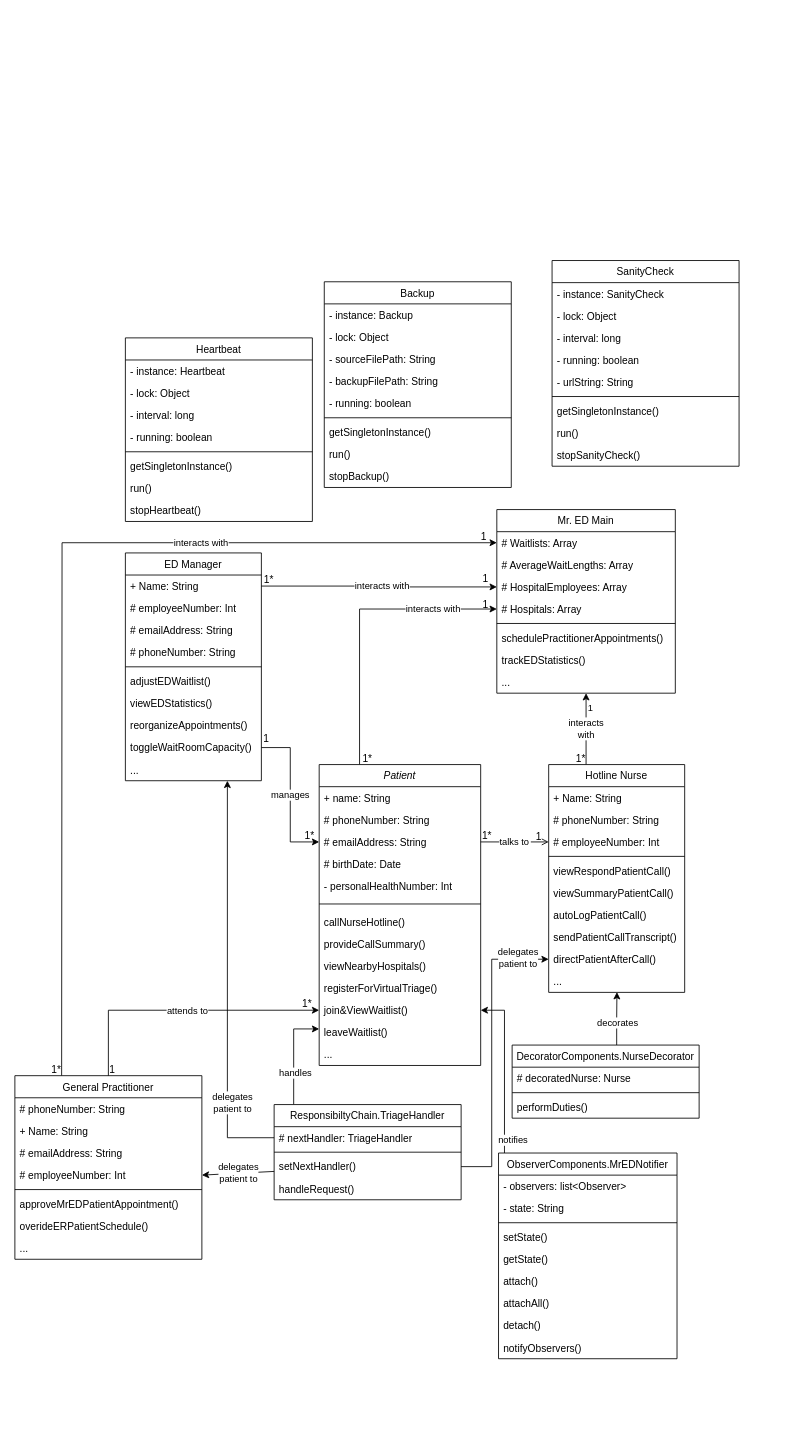
Before: AmirWork/M2/Mister_ED_ClassDiagram.drawio in SENG-350-2024-fall/Team9, a draw.io diagram. Source tidied: cells renumbered, new cells numbered last; positions are measured from the earlier drawing's top-left corner, leaving out a move shared by most shapes. Both pictures are drawn from the tidied source at 85%, with x=0, y=0 at pixel (14, 260).
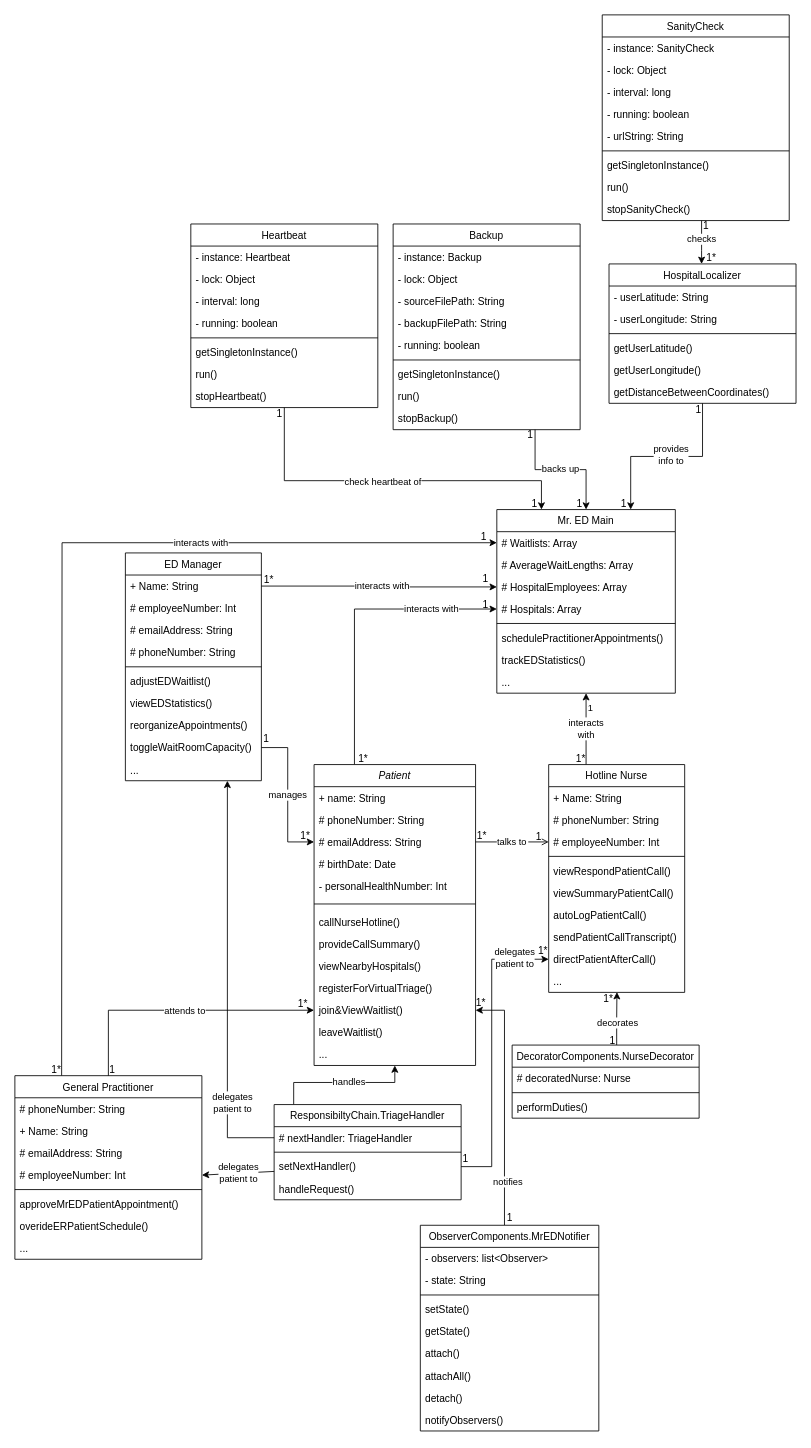
The same page after the edit.

Unchanged cells that the change refers to:
```xml
<mxCell id="56" value="ResponsibiltyChain.TriageHandler" style="swimlane;fontStyle=0;align=center;verticalAlign=top;horizontal=1;startSize=26;rounded=0;shadow=0;strokeWidth=1;" parent="1" vertex="1">
  <mxGeometry x="305" y="993" width="220" height="112" as="geometry" />
</mxCell>
<mxCell id="74" style="edgeStyle=orthogonalEdgeStyle;rounded=0;jettySize=auto;html=1;entryX=0;entryY=0.5;entryDx=0;entryDy=0;" parent="1" edge="1" source="59" target="43">
  <mxGeometry relative="1" as="geometry">
    <Array as="points">
      <mxPoint x="561" y="1066" />
      <mxPoint x="561" y="822" />
    </Array>
  </mxGeometry>
</mxCell>
<mxCell id="82" style="edgeStyle=orthogonalEdgeStyle;rounded=0;jettySize=auto;html=1;entryX=1;entryY=0.5;entryDx=0;entryDy=0;" parent="1" edge="1" source="84" target="17">
  <mxGeometry relative="1" as="geometry">
    <Array as="points">
      <mxPoint x="576" y="882" />
    </Array>
  </mxGeometry>
</mxCell>
<mxCell id="101" value="Mr. ED Main" style="swimlane;fontStyle=0;align=center;verticalAlign=top;horizontal=1;startSize=26;rounded=0;shadow=0;strokeWidth=1;" parent="100" vertex="1">
  <mxGeometry x="45" width="210" height="216" as="geometry" />
</mxCell>
```

Diff of the diagram source:
```diff
@@
-    <mxCell id="6" value="Patient" style="swimlane;fontStyle=2;align=center;verticalAlign=top;horizontal=1;startSize=26;rounded=0;shadow=0;strokeWidth=1;" parent="1" vertex="1">
-      <mxGeometry x="358" y="593" width="190" height="354" as="geometry" />
-    </mxCell>
-    <mxCell id="7" value="+ name: String" style="text;align=left;verticalAlign=top;spacingLeft=4;spacingRight=4;overflow=hidden;" parent="6" vertex="1">
-      <mxGeometry y="26" width="190" height="26" as="geometry" />
-    </mxCell>
-    <mxCell id="8" value="# phoneNumber: String" style="text;align=left;verticalAlign=top;spacingLeft=4;spacingRight=4;overflow=hidden;rounded=0;shadow=0;html=0;" parent="6" vertex="1">
-      <mxGeometry y="52" width="190" height="26" as="geometry" />
-    </mxCell>
-    <mxCell id="9" value="# emailAddress: String" style="text;align=left;verticalAlign=top;spacingLeft=4;spacingRight=4;overflow=hidden;points=[[0,0.5],[1,0.5]];portConstraint=eastwest;rounded=0;shadow=0;html=0;" parent="6" vertex="1">
-      <mxGeometry y="78" width="190" height="26" as="geometry" />
-    </mxCell>
-    <mxCell id="10" value="# birthDate: Date" style="text;align=left;verticalAlign=top;spacingLeft=4;spacingRight=4;overflow=hidden;" parent="6" vertex="1">
-      <mxGeometry y="104" width="190" height="26" as="geometry" />
-    </mxCell>
-    <mxCell id="11" value="- personalHealthNumber: Int" style="text;align=left;verticalAlign=top;spacingLeft=4;spacingRight=4;overflow=hidden;" parent="6" vertex="1">
-      <mxGeometry y="130" width="190" height="26" as="geometry" />
-    </mxCell>
-    <mxCell id="12" style="line;html=1;strokeWidth=1;align=left;verticalAlign=middle;spacingTop=-1;spacingLeft=3;spacingRight=3;labelPosition=right;" parent="6" vertex="1">
-      <mxGeometry y="156" width="190" height="16" as="geometry" />
-    </mxCell>
-    <mxCell id="13" value="callNurseHotline()" style="text;align=left;verticalAlign=top;spacingLeft=4;spacingRight=4;overflow=hidden;" parent="6" vertex="1">
-      <mxGeometry y="172" width="190" height="26" as="geometry" />
-    </mxCell>
-    <mxCell id="14" value="provideCallSummary()&#10;" style="text;align=left;verticalAlign=top;spacingLeft=4;spacingRight=4;overflow=hidden;" parent="6" vertex="1">
-      <mxGeometry y="198" width="190" height="26" as="geometry" />
-    </mxCell>
-    <mxCell id="15" value="viewNearbyHospitals()&#10;" style="text;align=left;verticalAlign=top;spacingLeft=4;spacingRight=4;overflow=hidden;" parent="6" vertex="1">
-      <mxGeometry y="224" width="190" height="26" as="geometry" />
-    </mxCell>
-    <mxCell id="16" value="registerForVirtualTriage()&#10;" style="text;align=left;verticalAlign=top;spacingLeft=4;spacingRight=4;overflow=hidden;" parent="6" vertex="1">
-      <mxGeometry y="250" width="190" height="26" as="geometry" />
-    </mxCell>
-    <mxCell id="17" value="join&amp;ViewWaitlist()&#10;" style="text;align=left;verticalAlign=top;spacingLeft=4;spacingRight=4;overflow=hidden;points=[[0,0.5],[1,0.5]];portConstraint=eastwest;" parent="6" vertex="1">
-      <mxGeometry y="276" width="190" height="26" as="geometry" />
-    </mxCell>
-    <mxCell id="18" value="leaveWaitlist()&#10;" style="text;align=left;verticalAlign=top;spacingLeft=4;spacingRight=4;overflow=hidden;points=[[0,0.5],[1,0.5]];portConstraint=eastwest;" parent="6" vertex="1">
-      <mxGeometry y="302" width="190" height="26" as="geometry" />
-    </mxCell>
-    <mxCell id="19" value="..." style="text;align=left;verticalAlign=top;spacingLeft=4;spacingRight=4;overflow=hidden;" parent="6" vertex="1">
-      <mxGeometry y="328" width="190" height="26" as="geometry" />
-    </mxCell>
@@
-    <mxCell id="46" value="1*" style="text;strokeColor=none;align=center;fillColor=none;html=1;verticalAlign=middle;whiteSpace=wrap;rounded=0;" parent="1" vertex="1">
-      <mxGeometry x="314" y="860" width="60" height="30" as="geometry" />
-    </mxCell>
-    <mxCell id="47" value="1*" style="text;strokeColor=none;align=center;fillColor=none;html=1;verticalAlign=middle;whiteSpace=wrap;rounded=0;" parent="1" vertex="1">
-      <mxGeometry x="385" y="571" width="60" height="30" as="geometry" />
-    </mxCell>
@@
-    <mxCell id="51" value="1*" style="text;strokeColor=none;align=center;fillColor=none;html=1;verticalAlign=middle;whiteSpace=wrap;rounded=0;" parent="1" vertex="1">
-      <mxGeometry x="317" y="662" width="60" height="30" as="geometry" />
-    </mxCell>
@@
-    <mxCell id="54" style="edgeStyle=orthogonalEdgeStyle;rounded=0;jettySize=auto;html=1;" parent="1" edge="1" source="56" target="18">
+    <mxCell id="54" style="edgeStyle=orthogonalEdgeStyle;rounded=0;jettySize=auto;html=1;entryX=0.5;entryY=1;entryDx=0;entryDy=0;" parent="1" edge="1" source="56" target="6">
       <mxGeometry relative="1" as="geometry">
         <Array as="points">
-          <mxPoint x="328" y="904" />
+          <mxPoint x="328" y="967" />
+          <mxPoint x="447" y="967" />
         </Array>
       </mxGeometry>
     </mxCell>
     <mxCell id="55" value="handles" style="edgeLabel;html=1;align=center;verticalAlign=middle;" parent="54" vertex="1">
       <mxGeometry x="-0.35" y="2" relative="1" as="geometry">
-        <mxPoint x="3" y="1" as="offset" />
+        <mxPoint x="36" y="1" as="offset" />
       </mxGeometry>
     </mxCell>
@@
     <mxCell id="75" value="delegates&lt;div&gt;patient to&lt;/div&gt;" style="edgeLabel;html=1;align=center;verticalAlign=middle;" parent="74" vertex="1">
       <mxGeometry x="-0.15" y="2" relative="1" as="geometry">
-        <mxPoint x="32" y="-135" as="offset" />
+        <mxPoint x="28" y="-135" as="offset" />
       </mxGeometry>
     </mxCell>
@@
     <mxCell id="83" value="notifies" style="edgeLabel;html=1;align=center;verticalAlign=middle;" parent="82" vertex="1">
       <mxGeometry x="0.06" relative="1" as="geometry">
-        <mxPoint x="9" y="88" as="offset" />
+        <mxPoint x="3" y="100" as="offset" />
       </mxGeometry>
     </mxCell>
     <mxCell id="84" value="ObserverComponents.MrEDNotifier" style="swimlane;fontStyle=0;align=center;verticalAlign=top;horizontal=1;startSize=26;rounded=0;shadow=0;strokeWidth=1;" parent="1" vertex="1">
-      <mxGeometry x="569" y="1050" width="210" height="242" as="geometry" />
+      <mxGeometry x="477" y="1135" width="210" height="242" as="geometry" />
     </mxCell>
@@
+    <mxCell id="144" style="edgeStyle=orthogonalEdgeStyle;rounded=0;jettySize=auto;html=1;entryX=0.25;entryY=0;entryDx=0;entryDy=0;" parent="1" edge="1" source="115" target="101">
+      <mxGeometry relative="1" as="geometry">
+        <Array as="points">
+          <mxPoint x="317" y="259" />
+          <mxPoint x="620" y="259" />
+        </Array>
+      </mxGeometry>
+    </mxCell>
+    <mxCell id="145" value="check heartbeat of" style="edgeLabel;html=1;align=center;verticalAlign=middle;" parent="144" vertex="1">
+      <mxGeometry x="-0.05" relative="1" as="geometry" />
+    </mxCell>
     <mxCell id="115" value="Heartbeat" style="swimlane;fontStyle=0;align=center;verticalAlign=top;horizontal=1;startSize=26;rounded=0;shadow=0;strokeWidth=1;" parent="1" vertex="1">
-      <mxGeometry x="130" y="91" width="220" height="216" as="geometry" />
+      <mxGeometry x="207" y="-43" width="220" height="216" as="geometry" />
     </mxCell>
@@
+    <mxCell id="146" style="edgeStyle=orthogonalEdgeStyle;rounded=0;jettySize=auto;html=1;" parent="1" edge="1" source="124" target="101">
+      <mxGeometry relative="1" as="geometry">
+        <Array as="points">
+          <mxPoint x="612" y="246" />
+          <mxPoint x="672" y="246" />
+        </Array>
+      </mxGeometry>
+    </mxCell>
+    <mxCell id="147" value="backs up" style="edgeLabel;html=1;align=center;verticalAlign=middle;" parent="146" vertex="1">
+      <mxGeometry x="0.11" y="2" relative="1" as="geometry">
+        <mxPoint x="-9" as="offset" />
+      </mxGeometry>
+    </mxCell>
     <mxCell id="124" value="Backup" style="swimlane;fontStyle=0;align=center;verticalAlign=top;horizontal=1;startSize=26;rounded=0;shadow=0;strokeWidth=1;" parent="1" vertex="1">
-      <mxGeometry x="364" y="25" width="220" height="242" as="geometry" />
+      <mxGeometry x="445" y="-43" width="220" height="242" as="geometry" />
     </mxCell>
@@
+    <mxCell id="148" style="edgeStyle=orthogonalEdgeStyle;rounded=0;jettySize=auto;html=1;entryX=0.495;entryY=0;entryDx=0;entryDy=0;entryPerimeter=0;" parent="1" edge="1" source="134" target="152">
+      <mxGeometry relative="1" as="geometry">
+        <Array as="points">
+          <mxPoint x="808" y="-12" />
+        </Array>
+      </mxGeometry>
+    </mxCell>
+    <mxCell id="149" value="checks" style="edgeLabel;html=1;align=center;verticalAlign=middle;" parent="148" vertex="1">
+      <mxGeometry x="-0.21" relative="1" as="geometry">
+        <mxPoint y="1" as="offset" />
+      </mxGeometry>
+    </mxCell>
     <mxCell id="134" value="SanityCheck" style="swimlane;fontStyle=0;align=center;verticalAlign=top;horizontal=1;startSize=26;rounded=0;shadow=0;strokeWidth=1;" parent="1" vertex="1">
-      <mxGeometry x="632" width="220" height="242" as="geometry" />
+      <mxGeometry x="691" y="-289" width="220" height="242" as="geometry" />
     </mxCell>
@@
+    <mxCell id="150" style="edgeStyle=orthogonalEdgeStyle;rounded=0;jettySize=auto;html=1;entryX=0.75;entryY=0;entryDx=0;entryDy=0;" parent="1" edge="1" source="152" target="101">
+      <mxGeometry relative="1" as="geometry" />
+    </mxCell>
+    <mxCell id="151" value="provides&lt;div&gt;info to&lt;/div&gt;" style="edgeLabel;html=1;align=center;verticalAlign=middle;" parent="150" vertex="1">
+      <mxGeometry x="-0.16" y="-2" relative="1" as="geometry">
+        <mxPoint x="-12" as="offset" />
+      </mxGeometry>
+    </mxCell>
+    <mxCell id="152" value="HospitalLocalizer" style="swimlane;fontStyle=0;align=center;verticalAlign=top;horizontal=1;startSize=26;rounded=0;shadow=0;strokeWidth=1;" parent="1" vertex="1">
+      <mxGeometry x="699" y="4" width="220" height="164" as="geometry" />
+    </mxCell>
+    <mxCell id="153" value="- userLatitude: String" style="text;align=left;verticalAlign=top;spacingLeft=4;spacingRight=4;overflow=hidden;rounded=0;shadow=0;html=0;" parent="152" vertex="1">
+      <mxGeometry y="26" width="220" height="26" as="geometry" />
+    </mxCell>
+    <mxCell id="154" value="- userLongitude: String" style="text;align=left;verticalAlign=top;spacingLeft=4;spacingRight=4;overflow=hidden;rounded=0;shadow=0;html=0;" parent="152" vertex="1">
+      <mxGeometry y="52" width="220" height="26" as="geometry" />
+    </mxCell>
+    <mxCell id="155" style="line;html=1;strokeWidth=1;align=left;verticalAlign=middle;spacingTop=-1;spacingLeft=3;spacingRight=3;labelPosition=right;" parent="152" vertex="1">
+      <mxGeometry y="78" width="220" height="8" as="geometry" />
+    </mxCell>
+    <mxCell id="156" value="getUserLatitude()" style="text;align=left;verticalAlign=top;spacingLeft=4;spacingRight=4;overflow=hidden;" parent="152" vertex="1">
+      <mxGeometry y="86" width="220" height="26" as="geometry" />
+    </mxCell>
+    <mxCell id="157" value="getUserLongitude()" style="text;align=left;verticalAlign=top;spacingLeft=4;spacingRight=4;overflow=hidden;" parent="152" vertex="1">
+      <mxGeometry y="112" width="220" height="26" as="geometry" />
+    </mxCell>
+    <mxCell id="158" value="getDistanceBetweenCoordinates()" style="text;align=left;verticalAlign=top;spacingLeft=4;spacingRight=4;overflow=hidden;" parent="152" vertex="1">
+      <mxGeometry y="138" width="220" height="26" as="geometry" />
+    </mxCell>
+    <mxCell id="159" value="1" style="text;html=1;align=center;verticalAlign=middle;strokeColor=none;fillColor=none;" parent="1" vertex="1">
+      <mxGeometry x="298" y="167" width="25" height="26" as="geometry" />
+    </mxCell>
+    <mxCell id="160" value="1" style="text;html=1;align=center;verticalAlign=middle;strokeColor=none;fillColor=none;" parent="1" vertex="1">
+      <mxGeometry x="593" y="192" width="25" height="26" as="geometry" />
+    </mxCell>
+    <mxCell id="161" value="1" style="text;html=1;align=center;verticalAlign=middle;strokeColor=none;fillColor=none;" parent="1" vertex="1">
+      <mxGeometry x="791" y="163" width="25" height="26" as="geometry" />
+    </mxCell>
+    <mxCell id="162" value="1" style="text;html=1;align=center;verticalAlign=middle;strokeColor=none;fillColor=none;" parent="1" vertex="1">
+      <mxGeometry x="800" y="-54" width="25" height="26" as="geometry" />
+    </mxCell>
+    <mxCell id="163" value="1*" style="text;html=1;align=center;verticalAlign=middle;strokeColor=none;fillColor=none;" parent="1" vertex="1">
+      <mxGeometry x="804" y="-16" width="29" height="26" as="geometry" />
+    </mxCell>
+    <mxCell id="164" value="1" style="text;html=1;align=center;verticalAlign=middle;strokeColor=none;fillColor=none;" parent="1" vertex="1">
+      <mxGeometry x="598" y="274" width="25" height="26" as="geometry" />
+    </mxCell>
+    <mxCell id="165" value="1" style="text;html=1;align=center;verticalAlign=middle;strokeColor=none;fillColor=none;" parent="1" vertex="1">
+      <mxGeometry x="651" y="274" width="25" height="26" as="geometry" />
+    </mxCell>
+    <mxCell id="166" value="1" style="text;html=1;align=center;verticalAlign=middle;strokeColor=none;fillColor=none;" parent="1" vertex="1">
+      <mxGeometry x="703" y="274" width="25" height="26" as="geometry" />
+    </mxCell>
+    <mxCell id="167" value="1" style="text;html=1;align=center;verticalAlign=middle;strokeColor=none;fillColor=none;" parent="1" vertex="1">
+      <mxGeometry x="569.5" y="1113" width="25" height="26" as="geometry" />
+    </mxCell>
+    <mxCell id="168" value="1" style="text;html=1;align=center;verticalAlign=middle;strokeColor=none;fillColor=none;" parent="1" vertex="1">
+      <mxGeometry x="690" y="905" width="25" height="26" as="geometry" />
+    </mxCell>
+    <mxCell id="169" value="1*" style="text;html=1;align=center;verticalAlign=middle;strokeColor=none;fillColor=none;" parent="1" vertex="1">
+      <mxGeometry x="683" y="856" width="29" height="26" as="geometry" />
+    </mxCell>
+    <mxCell id="170" value="1*" style="text;html=1;align=center;verticalAlign=middle;strokeColor=none;fillColor=none;" parent="1" vertex="1">
+      <mxGeometry x="606" y="799" width="29" height="26" as="geometry" />
+    </mxCell>
+    <mxCell id="171" style="group;" parent="1" vertex="1">
+      <mxGeometry x="309" y="571" width="233" height="376" as="geometry" />
+    </mxCell>
+    <mxCell id="6" value="Patient" style="swimlane;fontStyle=2;align=center;verticalAlign=top;horizontal=1;startSize=26;rounded=0;shadow=0;strokeWidth=1;" parent="171" vertex="1">
+      <mxGeometry x="43" y="22" width="190" height="354" as="geometry" />
+    </mxCell>
+    <mxCell id="7" value="+ name: String" style="text;align=left;verticalAlign=top;spacingLeft=4;spacingRight=4;overflow=hidden;" parent="6" vertex="1">
+      <mxGeometry y="26" width="190" height="26" as="geometry" />
+    </mxCell>
+    <mxCell id="8" value="# phoneNumber: String" style="text;align=left;verticalAlign=top;spacingLeft=4;spacingRight=4;overflow=hidden;rounded=0;shadow=0;html=0;" parent="6" vertex="1">
+      <mxGeometry y="52" width="190" height="26" as="geometry" />
+    </mxCell>
+    <mxCell id="9" value="# emailAddress: String" style="text;align=left;verticalAlign=top;spacingLeft=4;spacingRight=4;overflow=hidden;points=[[0,0.5],[1,0.5]];portConstraint=eastwest;rounded=0;shadow=0;html=0;" parent="6" vertex="1">
+      <mxGeometry y="78" width="190" height="26" as="geometry" />
+    </mxCell>
+    <mxCell id="10" value="# birthDate: Date" style="text;align=left;verticalAlign=top;spacingLeft=4;spacingRight=4;overflow=hidden;" parent="6" vertex="1">
+      <mxGeometry y="104" width="190" height="26" as="geometry" />
+    </mxCell>
+    <mxCell id="11" value="- personalHealthNumber: Int" style="text;align=left;verticalAlign=top;spacingLeft=4;spacingRight=4;overflow=hidden;" parent="6" vertex="1">
+      <mxGeometry y="130" width="190" height="26" as="geometry" />
+    </mxCell>
+    <mxCell id="12" style="line;html=1;strokeWidth=1;align=left;verticalAlign=middle;spacingTop=-1;spacingLeft=3;spacingRight=3;labelPosition=right;" parent="6" vertex="1">
+      <mxGeometry y="156" width="190" height="16" as="geometry" />
+    </mxCell>
+    <mxCell id="13" value="callNurseHotline()" style="text;align=left;verticalAlign=top;spacingLeft=4;spacingRight=4;overflow=hidden;" parent="6" vertex="1">
+      <mxGeometry y="172" width="190" height="26" as="geometry" />
+    </mxCell>
+    <mxCell id="14" value="provideCallSummary()&#10;" style="text;align=left;verticalAlign=top;spacingLeft=4;spacingRight=4;overflow=hidden;" parent="6" vertex="1">
+      <mxGeometry y="198" width="190" height="26" as="geometry" />
+    </mxCell>
+    <mxCell id="15" value="viewNearbyHospitals()&#10;" style="text;align=left;verticalAlign=top;spacingLeft=4;spacingRight=4;overflow=hidden;" parent="6" vertex="1">
+      <mxGeometry y="224" width="190" height="26" as="geometry" />
+    </mxCell>
+    <mxCell id="16" value="registerForVirtualTriage()&#10;" style="text;align=left;verticalAlign=top;spacingLeft=4;spacingRight=4;overflow=hidden;" parent="6" vertex="1">
+      <mxGeometry y="250" width="190" height="26" as="geometry" />
+    </mxCell>
+    <mxCell id="17" value="join&amp;ViewWaitlist()&#10;" style="text;align=left;verticalAlign=top;spacingLeft=4;spacingRight=4;overflow=hidden;points=[[0,0.5],[1,0.5]];portConstraint=eastwest;" parent="6" vertex="1">
+      <mxGeometry y="276" width="190" height="26" as="geometry" />
+    </mxCell>
+    <mxCell id="18" value="leaveWaitlist()&#10;" style="text;align=left;verticalAlign=top;spacingLeft=4;spacingRight=4;overflow=hidden;points=[[0,0.5],[1,0.5]];portConstraint=eastwest;" parent="6" vertex="1">
+      <mxGeometry y="302" width="190" height="26" as="geometry" />
+    </mxCell>
+    <mxCell id="19" value="..." style="text;align=left;verticalAlign=top;spacingLeft=4;spacingRight=4;overflow=hidden;" parent="6" vertex="1">
+      <mxGeometry y="328" width="190" height="26" as="geometry" />
+    </mxCell>
+    <mxCell id="46" value="1*" style="text;strokeColor=none;align=center;fillColor=none;html=1;verticalAlign=middle;whiteSpace=wrap;rounded=0;" parent="171" vertex="1">
+      <mxGeometry y="289" width="60" height="30" as="geometry" />
+    </mxCell>
+    <mxCell id="47" value="1*" style="text;strokeColor=none;align=center;fillColor=none;html=1;verticalAlign=middle;whiteSpace=wrap;rounded=0;" parent="171" vertex="1">
+      <mxGeometry x="71" width="60" height="30" as="geometry" />
+    </mxCell>
+    <mxCell id="51" value="1*" style="text;strokeColor=none;align=center;fillColor=none;html=1;verticalAlign=middle;whiteSpace=wrap;rounded=0;" parent="171" vertex="1">
+      <mxGeometry x="3" y="91" width="60" height="30" as="geometry" />
+    </mxCell>
+    <mxCell id="172" value="1" style="text;html=1;align=center;verticalAlign=middle;strokeColor=none;fillColor=none;" parent="1" vertex="1">
+      <mxGeometry x="517" y="1044" width="25" height="26" as="geometry" />
+    </mxCell>
+    <mxCell id="173" value="1*" style="text;html=1;align=center;verticalAlign=middle;strokeColor=none;fillColor=none;" parent="1" vertex="1">
+      <mxGeometry x="533" y="860" width="29" height="26" as="geometry" />
+    </mxCell>
```
